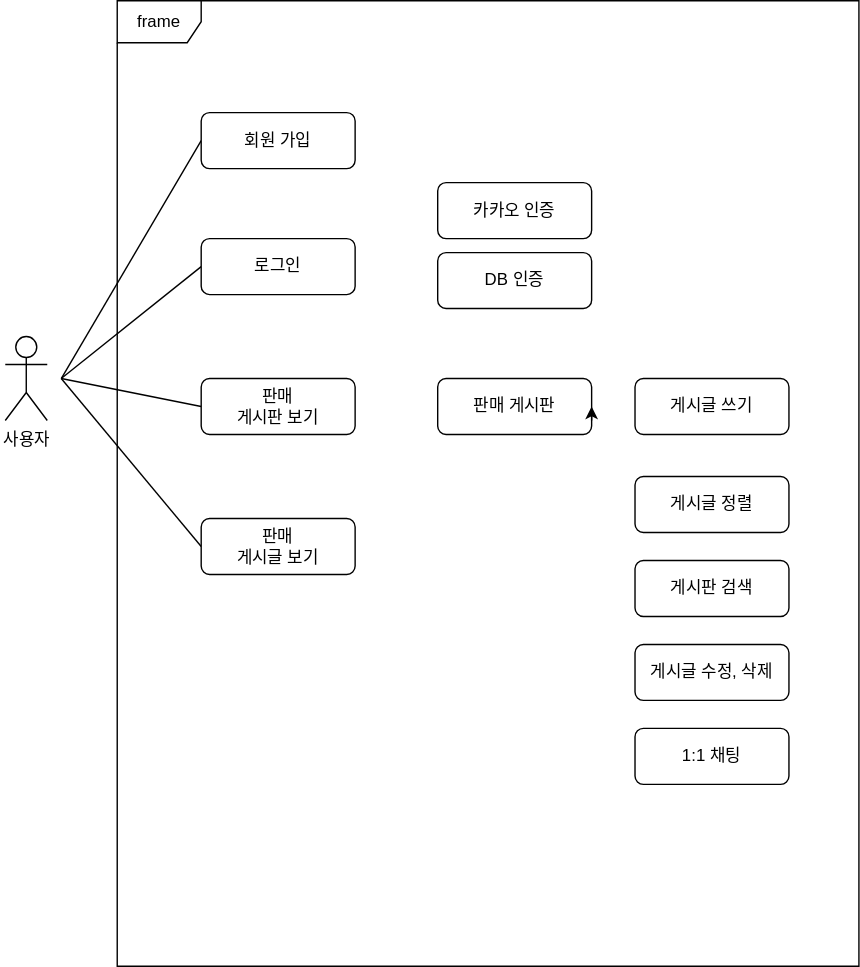
The draw.io diagram Document/use-case.svg in wlsdnr658/trade-demo, before a commit. Source tidied: cells renumbered, new cells last; positions are measured from the earlier drawing's top-left corner, leaving out a move shared by most shapes.
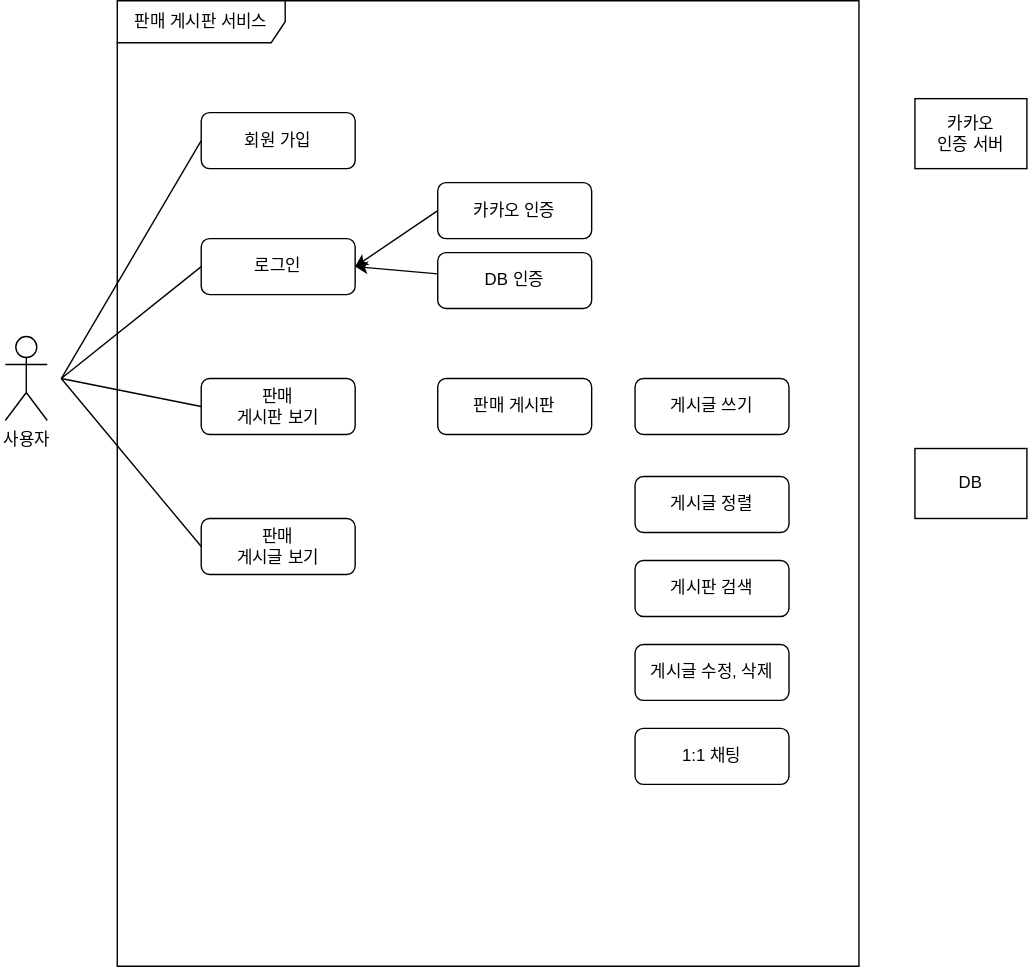
After the change.

Change to the diagram source:
```diff
@@ -41,21 +41,24 @@
     <mxCell id="11" value="1:1 채팅" style="rounded=1;whiteSpace=wrap;html=1;" parent="1" vertex="1">
       <mxGeometry x="450" y="520" width="110" height="40" as="geometry" />
     </mxCell>
+    <mxCell id="21" style="rounded=0;jettySize=auto;html=1;entryX=1;entryY=0.5;entryDx=0;entryDy=0;exitX=0;exitY=0.5;exitDx=0;exitDy=0;" parent="1" edge="1" source="12" target="6">
+      <mxGeometry relative="1" as="geometry" />
+    </mxCell>
     <mxCell id="12" value="카카오 인증" style="rounded=1;whiteSpace=wrap;html=1;" parent="1" vertex="1">
       <mxGeometry x="309" y="130" width="110" height="40" as="geometry" />
     </mxCell>
+    <mxCell id="22" style="rounded=0;jettySize=auto;html=1;entryX=1;entryY=0.5;entryDx=0;entryDy=0;" parent="1" edge="1" source="13" target="6">
+      <mxGeometry relative="1" as="geometry" />
+    </mxCell>
     <mxCell id="13" value="DB 인증" style="rounded=1;whiteSpace=wrap;html=1;" parent="1" vertex="1">
       <mxGeometry x="309" y="180" width="110" height="40" as="geometry" />
     </mxCell>
     <mxCell id="14" value="판매 게시판" style="rounded=1;whiteSpace=wrap;html=1;" parent="1" vertex="1">
       <mxGeometry x="309" y="270" width="110" height="40" as="geometry" />
     </mxCell>
-    <mxCell id="15" value="frame" style="shape=umlFrame;whiteSpace=wrap;html=1;" parent="1" vertex="1">
+    <mxCell id="15" value="판매 게시판 서비스" style="shape=umlFrame;whiteSpace=wrap;html=1;width=120;height=30;" parent="1" vertex="1">
       <mxGeometry x="80" width="530" height="690" as="geometry" />
     </mxCell>
-    <mxCell id="16" style="edgeStyle=orthogonalEdgeStyle;rounded=0;orthogonalLoop=1;jettySize=auto;html=1;exitX=1;exitY=0.75;exitDx=0;exitDy=0;entryX=1;entryY=0.5;entryDx=0;entryDy=0;" parent="1" edge="1" source="14" target="14">
-      <mxGeometry relative="1" as="geometry" />
-    </mxCell>
     <mxCell id="17" value="게시글 쓰기" style="rounded=1;whiteSpace=wrap;html=1;" parent="1" vertex="1">
       <mxGeometry x="450" y="270" width="110" height="40" as="geometry" />
     </mxCell>
@@ -68,5 +71,11 @@
     <mxCell id="20" value="게시글 수정, 삭제" style="rounded=1;whiteSpace=wrap;html=1;" parent="1" vertex="1">
       <mxGeometry x="450" y="460" width="110" height="40" as="geometry" />
     </mxCell>
+    <mxCell id="23" value="DB" style="html=1;whiteSpace=wrap;" parent="1" vertex="1">
+      <mxGeometry x="650" y="320" width="80" height="50" as="geometry" />
+    </mxCell>
+    <mxCell id="24" value="카카오&lt;br&gt;인증 서버" style="html=1;whiteSpace=wrap;" parent="1" vertex="1">
+      <mxGeometry x="650" y="70" width="80" height="50" as="geometry" />
+    </mxCell>
   </root>
 </mxGraphModel>
```
